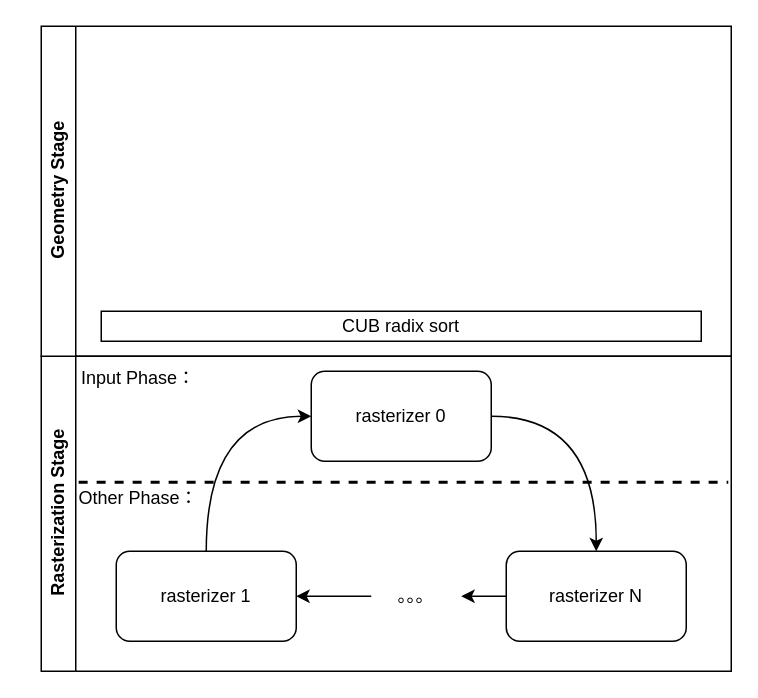
Above: sig18primitiveorder.drawio in spaceboy202105/img (draw.io), before the change. Source tidied: cells renumbered, new cells numbered last; positions are measured from the earlier drawing's top-left corner, leaving out a move shared by most shapes. Both pictures are drawn from the tidied source at 150%, with x=0, y=0 at pixel (26, 26).
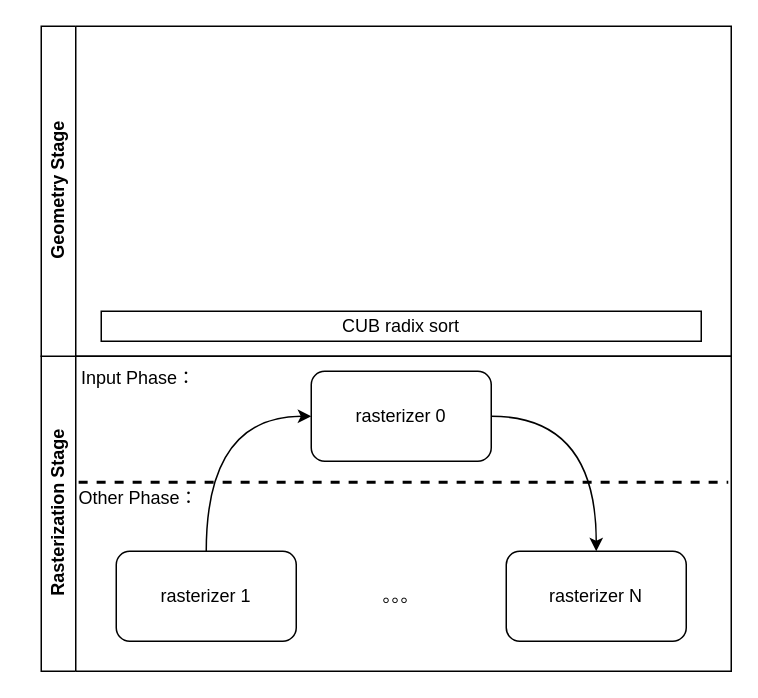
Above is the later version.

Diff of the diagram source:
```diff
@@
 <mxGraphModel>
   <root>
     <mxCell id="0" />
     <mxCell id="1" parent="0" />
     <mxCell id="2" style="endArrow=none;html=1;rounded=0;exitX=0.002;exitY=0.4;exitDx=0;exitDy=0;exitPerimeter=0;dashed=1;strokeWidth=2;endSize=0;startSize=0;" parent="1" edge="1" source="3">
       <mxGeometry relative="1" as="geometry">
         <mxPoint x="468" y="304" as="targetPoint" />
       </mxGeometry>
     </mxCell>
     <mxCell id="3" value="Rasterization Stage" style="swimlane;horizontal=0;whiteSpace=wrap;html=1;" parent="1" vertex="1">
       <mxGeometry x="10" y="220" width="460" height="210" as="geometry" />
     </mxCell>
     <mxCell id="4" style="edgeStyle=orthogonalEdgeStyle;rounded=0;jettySize=auto;html=1;entryX=0.5;entryY=0;entryDx=0;entryDy=0;exitX=1;exitY=0.5;exitDx=0;exitDy=0;curved=1;" parent="3" edge="1" source="5" target="9">
       <mxGeometry relative="1" as="geometry" />
     </mxCell>
     <mxCell id="5" value="rasterizer 0" style="rounded=1;whiteSpace=wrap;html=1;" parent="3" vertex="1">
       <mxGeometry x="180" y="10" width="120" height="60" as="geometry" />
     </mxCell>
     <mxCell id="6" style="edgeStyle=orthogonalEdgeStyle;rounded=0;jettySize=auto;html=1;exitX=0.5;exitY=0;exitDx=0;exitDy=0;entryX=0;entryY=0.5;entryDx=0;entryDy=0;curved=1;" parent="3" edge="1" source="7" target="5">
       <mxGeometry relative="1" as="geometry" />
     </mxCell>
     <mxCell id="7" value="rasterizer 1" style="rounded=1;whiteSpace=wrap;html=1;" parent="3" vertex="1">
       <mxGeometry x="50" y="130" width="120" height="60" as="geometry" />
     </mxCell>
-    <mxCell id="8" style="edgeStyle=orthogonalEdgeStyle;rounded=0;jettySize=auto;html=1;" parent="3" edge="1" source="9" target="11">
-      <mxGeometry relative="1" as="geometry" />
-    </mxCell>
     <mxCell id="9" value="rasterizer N" style="rounded=1;whiteSpace=wrap;html=1;" parent="3" vertex="1">
       <mxGeometry x="310" y="130" width="120" height="60" as="geometry" />
     </mxCell>
-    <mxCell id="10" style="edgeStyle=orthogonalEdgeStyle;rounded=0;jettySize=auto;html=1;" parent="3" edge="1" source="11" target="7">
-      <mxGeometry relative="1" as="geometry" />
-    </mxCell>
     <mxCell id="11" value="。。。" style="text;html=1;align=center;verticalAlign=middle;whiteSpace=wrap;rounded=0;" parent="3" vertex="1">
-      <mxGeometry x="220" y="145" width="60" height="30" as="geometry" />
+      <mxGeometry x="210" y="145" width="60" height="30" as="geometry" />
     </mxCell>
     <mxCell id="12" value="Input Phase：" style="text;html=1;align=center;verticalAlign=middle;whiteSpace=wrap;rounded=0;" parent="3" vertex="1">
       <mxGeometry x="-10" width="150" height="30" as="geometry" />
     </mxCell>
     <mxCell id="13" value="Other Phase：" style="text;html=1;align=center;verticalAlign=middle;whiteSpace=wrap;rounded=0;" parent="3" vertex="1">
       <mxGeometry x="-10" y="80" width="150" height="30" as="geometry" />
     </mxCell>
     <mxCell id="14" value="Geometry Stage" style="swimlane;horizontal=0;whiteSpace=wrap;html=1;" parent="1" vertex="1">
       <mxGeometry x="10" width="460" height="220" as="geometry" />
     </mxCell>
     <mxCell id="15" value="CUB radix sort" style="rounded=0;whiteSpace=wrap;html=1;" parent="14" vertex="1">
       <mxGeometry x="40" y="190" width="400" height="20" as="geometry" />
     </mxCell>
   </root>
 </mxGraphModel>
```
